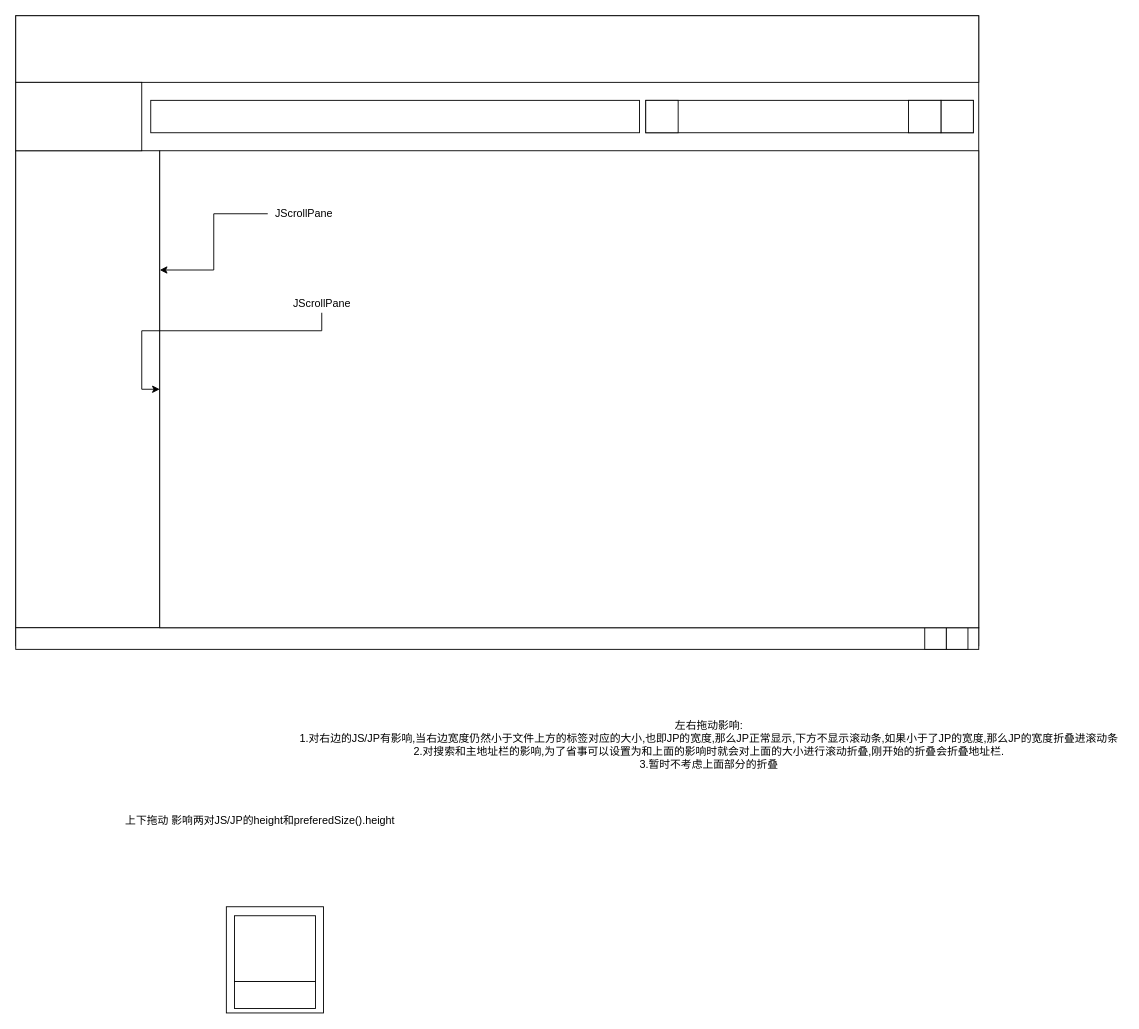
Earlier version of the draw.io diagram src/main/resources/filechild.drawio (Basicconstruction/File_explorer). Source tidied: cells renumbered, new cells numbered last; positions are measured from the earlier drawing's top-left corner, leaving out a move shared by most shapes. Both pictures are drawn from the tidied source at 90%, with x=0, y=0 at pixel (15, 15).
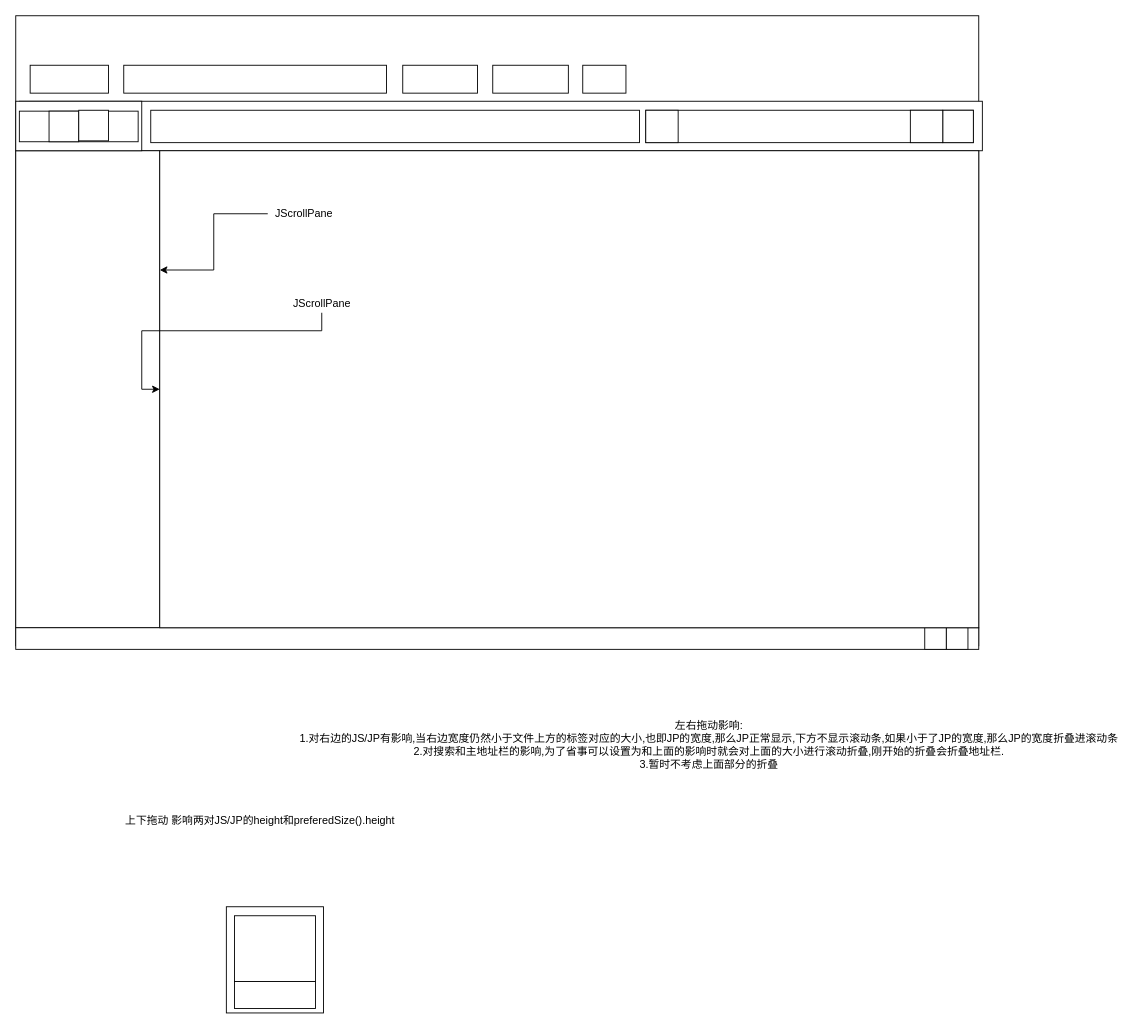
The same page after the edit.

What changed in the source:
```diff
@@
     <mxCell id="3" style="rounded=0;whiteSpace=wrap;html=1;" parent="1" vertex="1">
-      <mxGeometry width="1070" height="74" as="geometry" />
+      <mxGeometry x="4" y="95" width="1070" height="55" as="geometry" />
     </mxCell>
@@
     <mxCell id="9" style="rounded=0;whiteSpace=wrap;html=1;" parent="1" vertex="1">
-      <mxGeometry y="74" width="140" height="76" as="geometry" />
+      <mxGeometry y="95" width="140" height="55" as="geometry" />
     </mxCell>
     <mxCell id="10" style="rounded=0;whiteSpace=wrap;html=1;" parent="1" vertex="1">
-      <mxGeometry x="150" y="94" width="543" height="36" as="geometry" />
+      <mxGeometry x="150" y="105" width="543" height="36" as="geometry" />
     </mxCell>
     <mxCell id="11" style="rounded=0;whiteSpace=wrap;html=1;" parent="1" vertex="1">
-      <mxGeometry x="700" y="94" width="364" height="36" as="geometry" />
+      <mxGeometry x="700" y="105" width="364" height="36" as="geometry" />
     </mxCell>
@@
     <mxCell id="21" style="rounded=0;whiteSpace=wrap;html=1;" parent="1" vertex="1">
-      <mxGeometry x="700" y="94" width="36" height="36" as="geometry" />
+      <mxGeometry x="700" y="105" width="36" height="36" as="geometry" />
     </mxCell>
     <mxCell id="22" style="rounded=0;whiteSpace=wrap;html=1;" parent="1" vertex="1">
-      <mxGeometry x="1028" y="94" width="36" height="36" as="geometry" />
+      <mxGeometry x="1030" y="105" width="34" height="36" as="geometry" />
     </mxCell>
     <mxCell id="23" style="rounded=0;whiteSpace=wrap;html=1;" parent="1" vertex="1">
-      <mxGeometry x="992" y="94" width="36" height="36" as="geometry" />
+      <mxGeometry x="994" y="105" width="36" height="36" as="geometry" />
     </mxCell>
+    <mxCell id="24" style="rounded=0;whiteSpace=wrap;html=1;" parent="1" vertex="1">
+      <mxGeometry x="4" y="106" width="132" height="34" as="geometry" />
+    </mxCell>
+    <mxCell id="25" style="rounded=0;whiteSpace=wrap;html=1;" parent="1" vertex="1">
+      <mxGeometry x="37" y="106" width="33" height="34" as="geometry" />
+    </mxCell>
+    <mxCell id="26" style="rounded=0;whiteSpace=wrap;html=1;" parent="1" vertex="1">
+      <mxGeometry x="70" y="105" width="33" height="34" as="geometry" />
+    </mxCell>
+    <mxCell id="27" style="rounded=0;whiteSpace=wrap;html=1;" parent="1" vertex="1">
+      <mxGeometry x="16" y="55" width="87" height="31" as="geometry" />
+    </mxCell>
+    <mxCell id="28" style="rounded=0;whiteSpace=wrap;html=1;" parent="1" vertex="1">
+      <mxGeometry x="120" y="55" width="292" height="31" as="geometry" />
+    </mxCell>
+    <mxCell id="29" style="rounded=0;whiteSpace=wrap;html=1;" parent="1" vertex="1">
+      <mxGeometry x="430" y="55" width="83" height="31" as="geometry" />
+    </mxCell>
+    <mxCell id="30" style="rounded=0;whiteSpace=wrap;html=1;" parent="1" vertex="1">
+      <mxGeometry x="530" y="55" width="84" height="31" as="geometry" />
+    </mxCell>
+    <mxCell id="31" style="rounded=0;whiteSpace=wrap;html=1;" parent="1" vertex="1">
+      <mxGeometry x="630" y="55" width="48" height="31" as="geometry" />
+    </mxCell>
```
